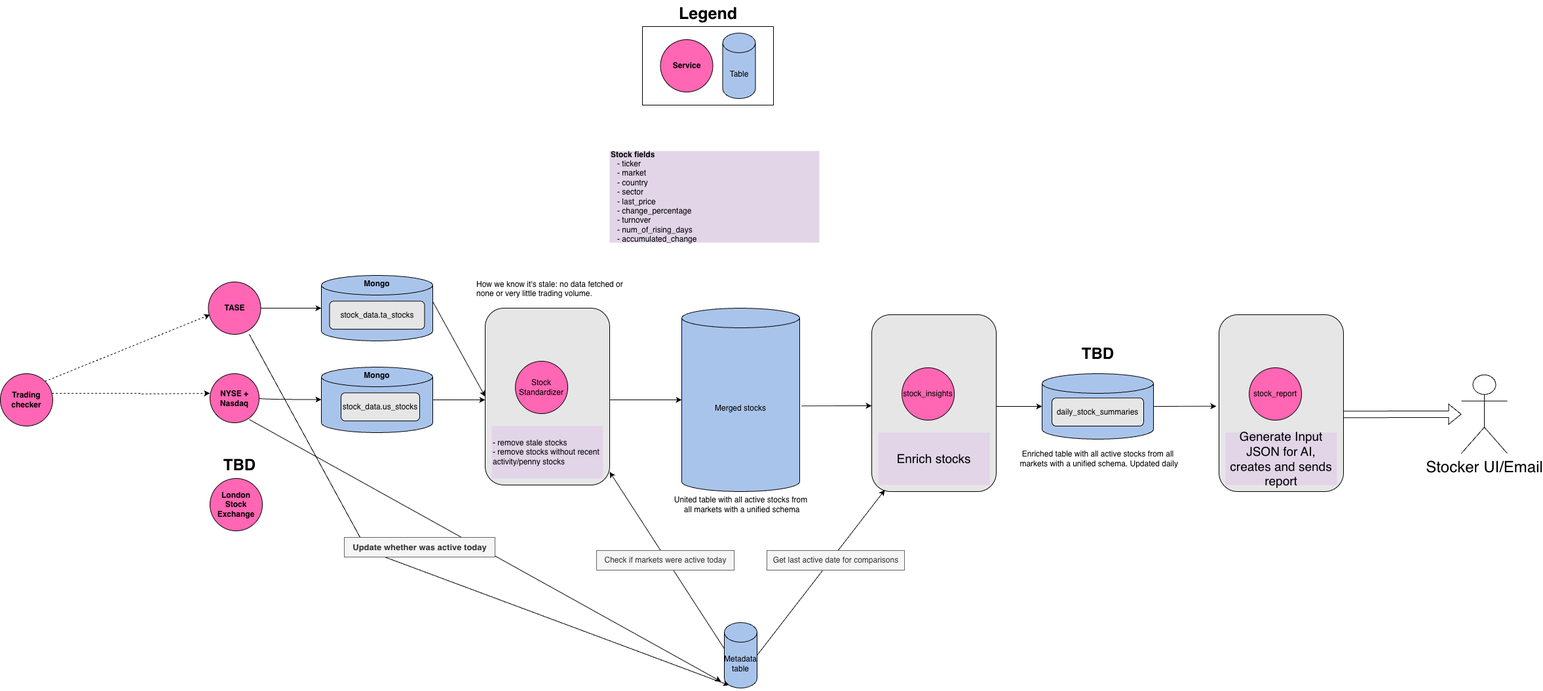
The draw.io diagram images/architecture-full.png in AmirZimhony/personal-site, before a commit. Source tidied: cells renumbered, new cells last; positions are measured from the earlier drawing's top-left corner, leaving out a move shared by most shapes.
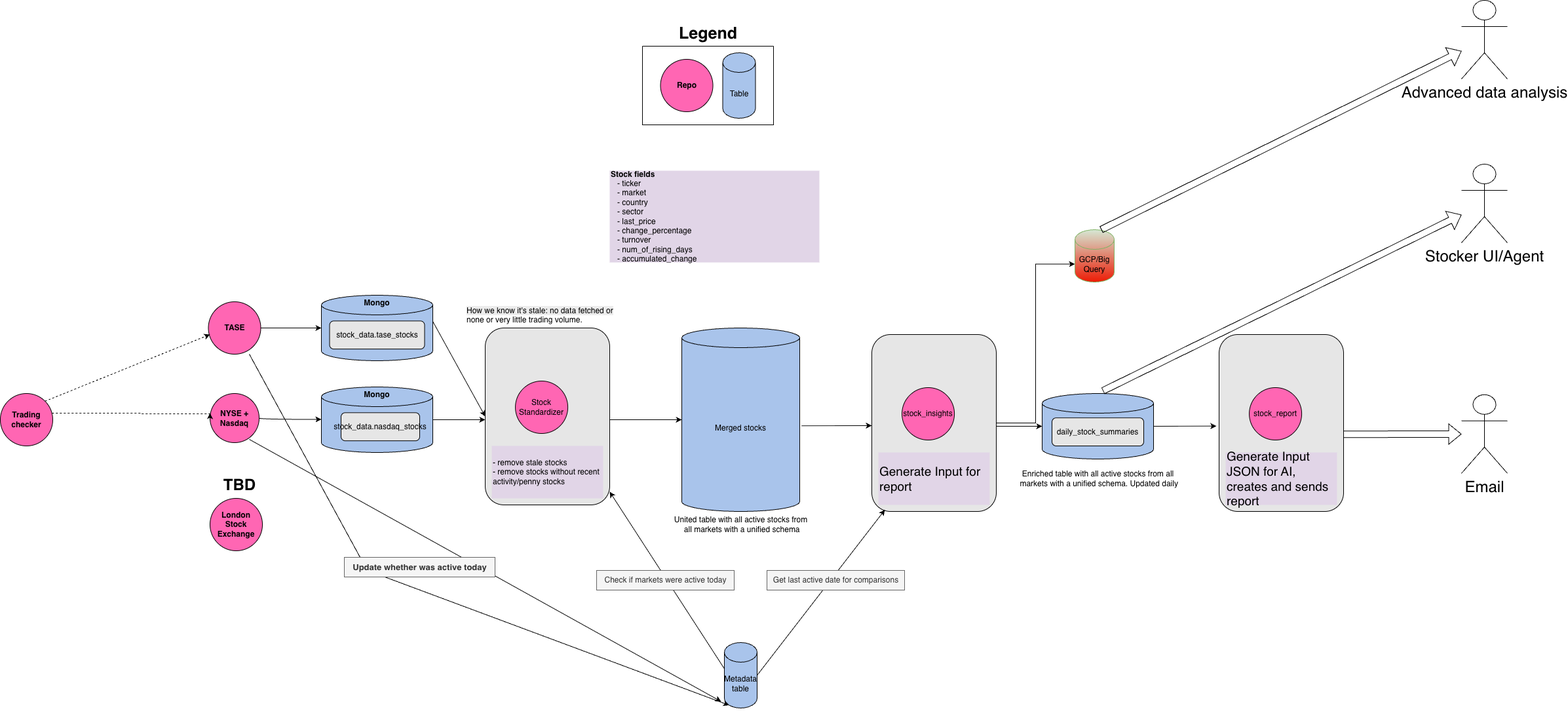
The same file after the commit.

Change to the diagram source:
```diff
@@ -23,7 +23,7 @@
     <mxCell id="8" value="Mongo" style="text;html=1;align=center;verticalAlign=middle;whiteSpace=wrap;rounded=0;fontStyle=1;" parent="6" vertex="1">
       <mxGeometry x="55" y="1.8" width="60" height="21.4" as="geometry" />
     </mxCell>
-    <mxCell id="9" value="stock_data.us_stocks" style="rounded=1;whiteSpace=wrap;html=1;fillColor=#E6E6E6;" parent="6" vertex="1">
+    <mxCell id="9" value="stock_data.nasdaq_stocks" style="rounded=1;whiteSpace=wrap;html=1;fillColor=#E6E6E6;" parent="6" vertex="1">
       <mxGeometry x="30" y="39.3" width="120" height="42.9" as="geometry" />
     </mxCell>
     <mxCell id="10" style="group;" parent="1" vertex="1">
@@ -35,7 +35,7 @@
     <mxCell id="12" value="Mongo" style="text;html=1;align=center;verticalAlign=middle;whiteSpace=wrap;rounded=0;fontStyle=1;" parent="10" vertex="1">
       <mxGeometry x="55" y="1.8" width="60" height="21.4" as="geometry" />
     </mxCell>
-    <mxCell id="13" value="stock_data.ta_stocks" style="rounded=1;whiteSpace=wrap;html=1;fillColor=#E6E6E6;" parent="10" vertex="1">
+    <mxCell id="13" value="stock_data.tase_stocks" style="rounded=1;whiteSpace=wrap;html=1;fillColor=#E6E6E6;" parent="10" vertex="1">
       <mxGeometry x="12.5" y="39.3" width="145" height="42.9" as="geometry" />
     </mxCell>
     <mxCell id="14" value="&lt;b&gt;&lt;font style=&quot;font-size: 24px;&quot;&gt;TBD&lt;/font&gt;&lt;/b&gt;" style="text;html=1;align=center;verticalAlign=middle;strokeColor=none;fillColor=none;" parent="1" vertex="1">
@@ -100,7 +100,7 @@
     <mxCell id="29" style="rounded=1;whiteSpace=wrap;html=1;fillColor=#E6E6E6;" parent="28" vertex="1">
       <mxGeometry width="190" height="270" as="geometry" />
     </mxCell>
-    <mxCell id="30" value="&lt;span style=&quot;font-size: 19px;&quot;&gt;Enrich stocks&lt;/span&gt;" style="text;html=1;align=center;verticalAlign=middle;whiteSpace=wrap;rounded=0;fillColor=#E1D5E7;" parent="28" vertex="1">
+    <mxCell id="30" value="&lt;font style=&quot;font-size: 19px;&quot;&gt;Generate Input for report&lt;/font&gt;" style="text;html=1;align=left;verticalAlign=middle;whiteSpace=wrap;rounded=0;fillColor=#E1D5E7;" parent="28" vertex="1">
       <mxGeometry x="10.1" y="180" width="169.9" height="80" as="geometry" />
     </mxCell>
     <mxCell id="31" value="stock_insights" style="ellipse;whiteSpace=wrap;html=1;fillColor=#FF66B3;" parent="28" vertex="1">
@@ -120,10 +120,7 @@
         <mxPoint x="210" y="50" as="sourcePoint" />
       </mxGeometry>
     </mxCell>
-    <mxCell id="35" value="&lt;b&gt;&lt;font style=&quot;font-size: 24px;&quot;&gt;TBD&lt;/font&gt;&lt;/b&gt;" style="text;html=1;align=center;verticalAlign=middle;strokeColor=none;fillColor=none;" parent="1" vertex="1">
-      <mxGeometry x="1640" y="520" width="70" height="40" as="geometry" />
-    </mxCell>
-    <mxCell id="36" value="&lt;font style=&quot;font-size: 24px;&quot;&gt;Stocker UI/Email&lt;/font&gt;" style="shape=umlActor;verticalLabelPosition=bottom;verticalAlign=top;html=1;outlineConnect=0;" parent="1" vertex="1">
+    <mxCell id="36" value="&lt;font style=&quot;font-size: 24px;&quot;&gt;Email&lt;/font&gt;" style="shape=umlActor;verticalLabelPosition=bottom;verticalAlign=top;html=1;outlineConnect=0;" parent="1" vertex="1">
       <mxGeometry x="2230" y="571.8" width="70" height="120" as="geometry" />
     </mxCell>
     <mxCell id="37" style="shape=flexArrow;endArrow=classic;html=1;rounded=0;exitX=0.997;exitY=0.564;exitDx=0;exitDy=0;exitPerimeter=0;" parent="1" edge="1" source="59" target="36">
@@ -143,7 +140,7 @@
     <mxCell id="41" value="daily_stock_summaries" style="rounded=1;whiteSpace=wrap;html=1;fillColor=#E6E6E6;" parent="1" vertex="1">
       <mxGeometry x="1605" y="607.1" width="140" height="42.9" as="geometry" />
     </mxCell>
-    <mxCell id="42" value="Service" style="ellipse;whiteSpace=wrap;html=1;fillColor=#FF66B3;fontStyle=1;" parent="1" vertex="1">
+    <mxCell id="42" value="Repo" style="ellipse;whiteSpace=wrap;html=1;fillColor=#FF66B3;fontStyle=1;" parent="1" vertex="1">
       <mxGeometry x="1007.5" y="60" width="80" height="80" as="geometry" />
     </mxCell>
     <mxCell id="43" value="Table" style="shape=cylinder3;whiteSpace=wrap;html=1;boundedLbl=1;backgroundOutline=1;size=15;fillColor=#A9C4EB;" parent="1" vertex="1">
@@ -192,8 +189,8 @@
         </Array>
       </mxGeometry>
     </mxCell>
-    <mxCell id="53" value="&lt;span&gt;&lt;span&gt;&lt;span style=&quot;color: rgb(0, 0, 0); font-family: Helvetica; font-size: 12px; font-style: normal; font-variant-ligatures: normal; font-variant-caps: normal; letter-spacing: normal; orphans: 2; text-align: left; text-indent: 0px; text-transform: none; widows: 2; word-spacing: 0px; -webkit-text-stroke-width: 0px; text-decoration-thickness: initial; text-decoration-style: initial; text-decoration-color: initial; float: none; display: inline !important;&quot;&gt;How we know&lt;/span&gt;&lt;span style=&quot;color: rgb(0, 0, 0); font-family: Helvetica; font-size: 12px; font-style: normal; font-variant-ligatures: normal; font-variant-caps: normal; letter-spacing: normal; orphans: 2; text-align: left; text-indent: 0px; text-transform: none; widows: 2; word-spacing: 0px; -webkit-text-stroke-width: 0px; text-decoration-thickness: initial; text-decoration-style: initial; text-decoration-color: initial; float: none; display: inline !important;&quot;&gt; it's stale: no data fetched or&lt;/span&gt;&lt;br style=&quot;forced-color-adjust: none; color: rgb(0, 0, 0); font-family: Helvetica; font-size: 12px; font-style: normal; font-variant-ligatures: normal; font-variant-caps: normal; letter-spacing: normal; orphans: 2; text-align: left; text-indent: 0px; text-transform: none; widows: 2; word-spacing: 0px; -webkit-text-stroke-width: 0px; text-decoration-thickness: initial; text-decoration-style: initial; text-decoration-color: initial; background-color: rgb(236, 236, 236);&quot;&gt;&lt;/span&gt;&lt;span&gt;none or very little trading volume.&lt;/span&gt;&lt;/span&gt;" style="text;html=1;" parent="1" vertex="1">
-      <mxGeometry x="725" y="420" width="290" height="40" as="geometry" />
+    <mxCell id="53" value="&lt;span&gt;&lt;span style=&quot;color: rgb(0, 0, 0); font-family: Helvetica; font-size: 12px; font-style: normal; font-variant-ligatures: normal; font-variant-caps: normal; letter-spacing: normal; orphans: 2; text-align: left; text-indent: 0px; text-transform: none; widows: 2; word-spacing: 0px; -webkit-text-stroke-width: 0px; text-decoration-thickness: initial; text-decoration-style: initial; text-decoration-color: initial; float: none; display: inline !important; background-color: rgb(236, 236, 236);&quot;&gt;How we know it's stale: &lt;/span&gt;&lt;span style=&quot;color: rgb(0, 0, 0); font-family: Helvetica; font-size: 12px; font-style: normal; font-variant-ligatures: normal; font-variant-caps: normal; letter-spacing: normal; orphans: 2; text-align: left; text-indent: 0px; text-transform: none; widows: 2; word-spacing: 0px; -webkit-text-stroke-width: 0px; text-decoration-thickness: initial; text-decoration-style: initial; text-decoration-color: initial; float: none; display: inline !important; background-color: rgb(236, 236, 236);&quot;&gt;no data fetched or&lt;/span&gt;&lt;br style=&quot;forced-color-adjust: none; color: rgb(0, 0, 0); font-family: Helvetica; font-size: 12px; font-style: normal; font-variant-ligatures: normal; font-variant-caps: normal; letter-spacing: normal; orphans: 2; text-align: left; text-indent: 0px; text-transform: none; widows: 2; word-spacing: 0px; -webkit-text-stroke-width: 0px; text-decoration-thickness: initial; text-decoration-style: initial; text-decoration-color: initial; background-color: rgb(236, 236, 236);&quot;&gt;&lt;/span&gt;none or very little trading volume." style="text;html=1;" parent="1" vertex="1">
+      <mxGeometry x="710" y="430" width="290" height="40" as="geometry" />
     </mxCell>
     <mxCell id="54" style="endArrow=classic;html=1;rounded=0;" parent="1" edge="1">
       <mxGeometry relative="1" as="geometry">
@@ -216,11 +213,29 @@
     <mxCell id="59" style="rounded=1;whiteSpace=wrap;html=1;fillColor=#E6E6E6;" parent="58" vertex="1">
       <mxGeometry width="190" height="270" as="geometry" />
     </mxCell>
-    <mxCell id="60" value="&lt;font style=&quot;font-size: 19px;&quot;&gt;Generate Input JSON for AI, creates and sends report&lt;/font&gt;" style="text;html=1;align=center;verticalAlign=middle;whiteSpace=wrap;rounded=0;fillColor=#E1D5E7;" parent="58" vertex="1">
+    <mxCell id="60" value="&lt;font style=&quot;font-size: 19px;&quot;&gt;Generate Input JSON for AI, creates and sends report&lt;/font&gt;" style="text;html=1;align=left;verticalAlign=middle;whiteSpace=wrap;rounded=0;fillColor=#E1D5E7;" parent="58" vertex="1">
       <mxGeometry x="10.1" y="180" width="169.9" height="80" as="geometry" />
     </mxCell>
     <mxCell id="61" value="stock_report" style="ellipse;whiteSpace=wrap;html=1;fillColor=#FF66B3;" parent="58" vertex="1">
       <mxGeometry x="46.1" y="81" width="80" height="80" as="geometry" />
     </mxCell>
+    <mxCell id="62" value="GCP/Big Query" style="shape=cylinder3;whiteSpace=wrap;html=1;boundedLbl=1;backgroundOutline=1;size=15;fillColor=#d5e8d4;strokeColor=#82b366;gradientColor=#ED1B05;" parent="1" vertex="1">
+      <mxGeometry x="1640" y="320" width="60" height="80" as="geometry" />
+    </mxCell>
+    <mxCell id="63" style="edgeStyle=orthogonalEdgeStyle;rounded=0;jettySize=auto;html=1;entryX=0;entryY=0;entryDx=0;entryDy=52.5;entryPerimeter=0;" parent="1" edge="1" source="29" target="62">
+      <mxGeometry relative="1" as="geometry" />
+    </mxCell>
+    <mxCell id="64" value="&lt;font style=&quot;font-size: 24px;&quot;&gt;Stocker UI/Agent&lt;/font&gt;" style="shape=umlActor;verticalLabelPosition=bottom;verticalAlign=top;html=1;outlineConnect=0;" parent="1" vertex="1">
+      <mxGeometry x="2230" y="220" width="70" height="120" as="geometry" />
+    </mxCell>
+    <mxCell id="65" value="&lt;font style=&quot;font-size: 24px;&quot;&gt;Advanced data analysis&lt;/font&gt;" style="shape=umlActor;verticalLabelPosition=bottom;verticalAlign=top;html=1;outlineConnect=0;" parent="1" vertex="1">
+      <mxGeometry x="2230" y="-30" width="70" height="120" as="geometry" />
+    </mxCell>
+    <mxCell id="66" style="shape=flexArrow;endArrow=classic;html=1;rounded=0;exitX=0.667;exitY=0;exitDx=0;exitDy=0;exitPerimeter=0;" parent="1" edge="1" source="62" target="65">
+      <mxGeometry relative="1" as="geometry" />
+    </mxCell>
+    <mxCell id="67" style="shape=flexArrow;endArrow=classic;html=1;rounded=0;exitX=0.545;exitY=-0.04;exitDx=0;exitDy=0;exitPerimeter=0;" parent="1" edge="1" source="40" target="64">
+      <mxGeometry relative="1" as="geometry" />
+    </mxCell>
   </root>
 </mxGraphModel>
```
